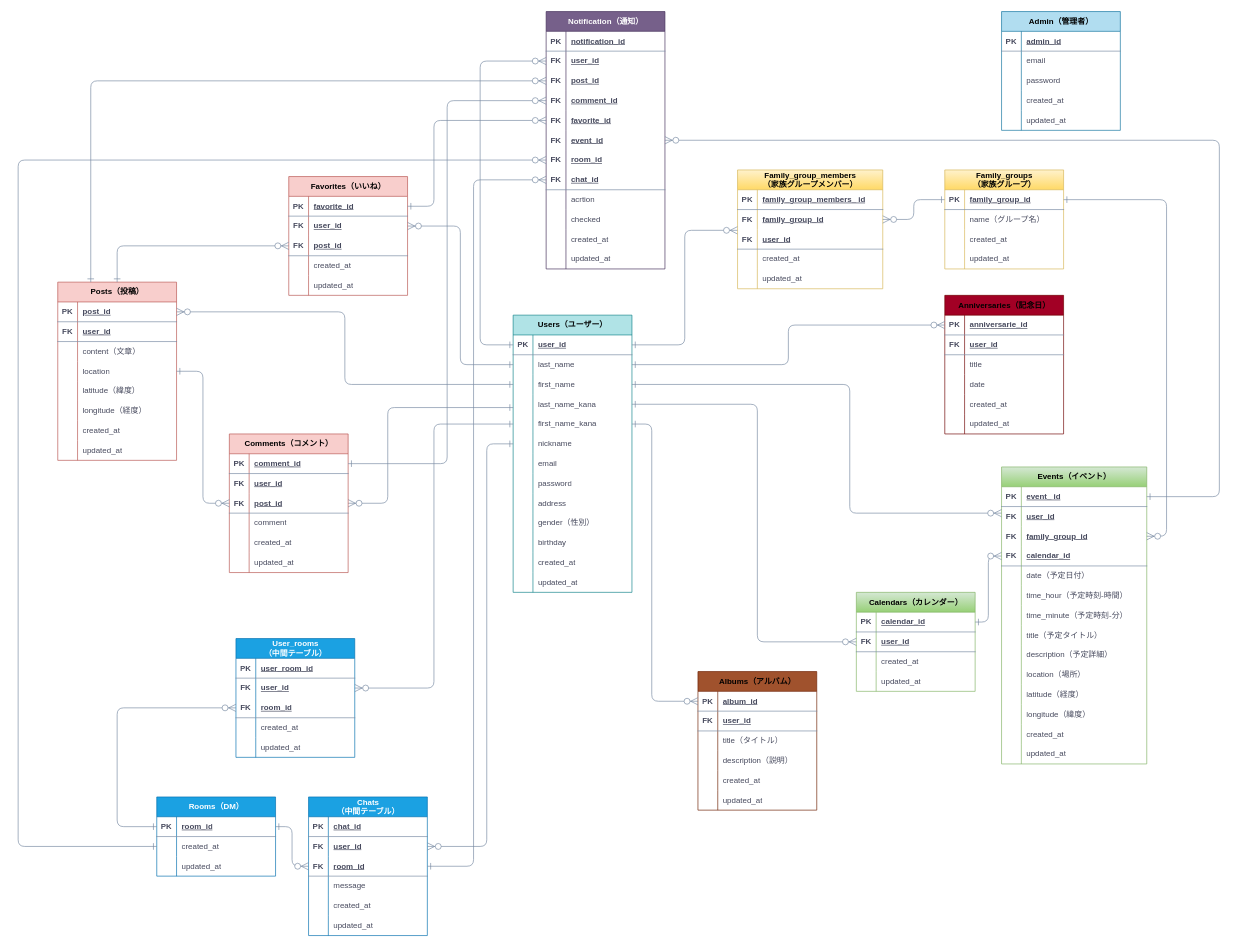
Earlier version of the draw.io diagram 家族インフラ.drawio (Ganmo3/drawio). Source tidied: cells renumbered, new cells numbered last; positions are measured from the earlier drawing's top-left corner, leaving out a move shared by most shapes. Both pictures are drawn from the tidied source at 66%, with x=0, y=0 at pixel (18, -22).
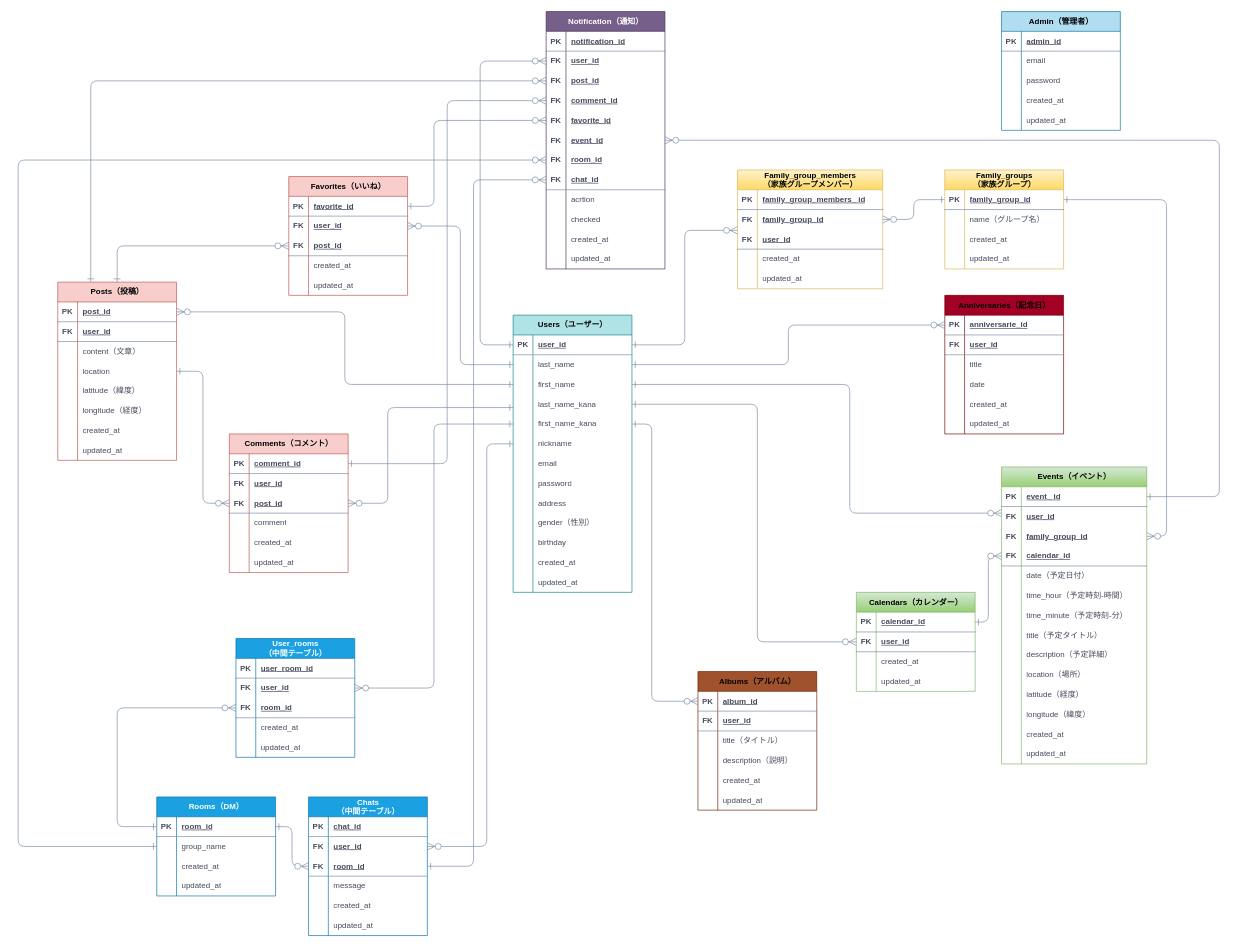
The same diagram, later.

Commit message:
家族インフラ.drawio を更新します

The change refers to these unchanged cells:
```xml
<mxCell id="260" style="shape=tableRow;horizontal=0;startSize=0;swimlaneHead=0;swimlaneBody=0;fillColor=none;points=[[0,0.5],[1,0.5]];portConstraint=eastwest;top=0;left=0;right=0;bottom=0;strokeColor=#788AA3;fontFamily=Helvetica;fontSize=12;fontColor=#46495D;html=1;labelBackgroundColor=none;" parent="256" vertex="1">
  <mxGeometry y="60" width="180" height="30" as="geometry" />
</mxCell>
```

The edit, as a diff of the source:
```diff
@@
     <mxCell id="256" value="&lt;font&gt;Rooms（DM）&lt;/font&gt;" style="shape=table;startSize=30;childLayout=tableLayout;rowLines=0;fontStyle=1;align=center;html=1;strokeColor=#006EAF;fontFamily=Helvetica;fontSize=12;fillColor=#1ba1e2;labelBackgroundColor=none;fontColor=#FFFFFF;" parent="1" vertex="1">
-      <mxGeometry x="210" y="1240" width="180" height="120" as="geometry" />
+      <mxGeometry x="210" y="1240" width="180" height="150" as="geometry" />
     </mxCell>
@@
-    <mxCell id="262" value="created_at" style="shape=partialRectangle;fillColor=none;top=0;left=0;bottom=0;right=0;align=left;spacingLeft=6;overflow=hidden;whiteSpace=wrap;html=1;strokeColor=#788AA3;fontFamily=Helvetica;fontSize=12;fontColor=#46495D;startSize=23;labelBackgroundColor=none;" parent="260" vertex="1">
+    <mxCell id="262" value="group_name" style="shape=partialRectangle;fillColor=none;top=0;left=0;bottom=0;right=0;align=left;spacingLeft=6;overflow=hidden;whiteSpace=wrap;html=1;strokeColor=#788AA3;fontFamily=Helvetica;fontSize=12;fontColor=#46495D;startSize=23;labelBackgroundColor=none;" parent="260" vertex="1">
       <mxGeometry x="30" width="150" height="30" as="geometry" />
     </mxCell>
+    <mxCell id="353" style="shape=tableRow;horizontal=0;startSize=0;swimlaneHead=0;swimlaneBody=0;fillColor=none;top=0;left=0;right=0;bottom=0;strokeColor=#788AA3;fontFamily=Helvetica;fontSize=12;fontColor=#46495D;html=1;labelBackgroundColor=none;" parent="256" vertex="1">
+      <mxGeometry y="90" width="180" height="30" as="geometry" />
+    </mxCell>
+    <mxCell id="354" style="shape=partialRectangle;fillColor=none;top=0;left=0;bottom=0;right=0;overflow=hidden;whiteSpace=wrap;html=1;strokeColor=#788AA3;fontFamily=Helvetica;fontSize=12;fontColor=#46495D;startSize=23;labelBackgroundColor=none;" parent="353" vertex="1">
+      <mxGeometry width="30" height="30" as="geometry" />
+    </mxCell>
+    <mxCell id="355" value="created_at" style="shape=partialRectangle;fillColor=none;top=0;left=0;bottom=0;right=0;align=left;spacingLeft=6;overflow=hidden;whiteSpace=wrap;html=1;strokeColor=#788AA3;fontFamily=Helvetica;fontSize=12;fontColor=#46495D;startSize=23;labelBackgroundColor=none;" parent="353" vertex="1">
+      <mxGeometry x="30" width="150" height="30" as="geometry" />
+    </mxCell>
     <mxCell id="263" style="shape=tableRow;horizontal=0;startSize=0;swimlaneHead=0;swimlaneBody=0;fillColor=none;top=0;left=0;right=0;bottom=0;strokeColor=#788AA3;fontFamily=Helvetica;fontSize=12;fontColor=#46495D;html=1;labelBackgroundColor=none;" parent="256" vertex="1">
-      <mxGeometry y="90" width="180" height="30" as="geometry" />
+      <mxGeometry y="120" width="180" height="30" as="geometry" />
     </mxCell>
```
